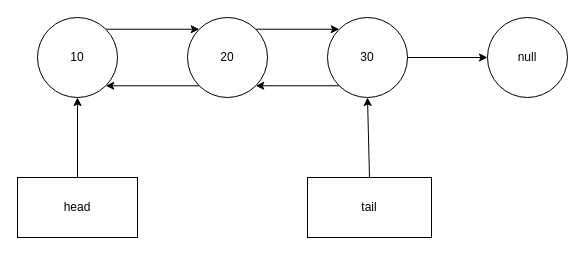
RHUK2/blog keeps this draw.io diagram as public/dataStructure/DoublyLinkedList.drawio. Above is the earlier version. Source tidied: cells renumbered, new cells numbered last; positions are measured from the earlier drawing's top-left corner, leaving out a move shared by most shapes. Both pictures are drawn from the tidied source at 100%, with x=0, y=0 at pixel (17, 17).
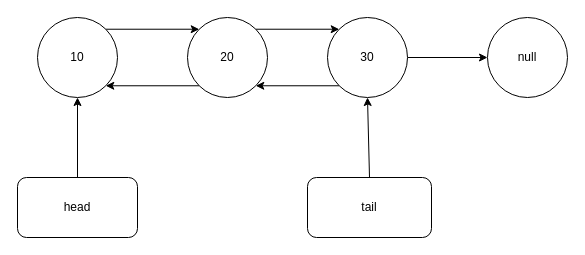
After the change.

What changed in the source:
```diff
@@
 <mxGraphModel>
   <root>
     <mxCell id="0" />
     <mxCell id="1" parent="0" />
     <mxCell id="2" style="edgeStyle=none;html=1;exitX=1;exitY=0;exitDx=0;exitDy=0;entryX=0;entryY=0;entryDx=0;entryDy=0;" parent="1" edge="1" source="3" target="6">
       <mxGeometry relative="1" as="geometry" />
     </mxCell>
     <mxCell id="3" value="10" style="ellipse;whiteSpace=wrap;html=1;" parent="1" vertex="1">
       <mxGeometry x="20" width="80" height="80" as="geometry" />
     </mxCell>
     <mxCell id="4" style="edgeStyle=none;html=1;exitX=0;exitY=1;exitDx=0;exitDy=0;entryX=1;entryY=1;entryDx=0;entryDy=0;" parent="1" edge="1" source="6" target="3">
       <mxGeometry relative="1" as="geometry" />
     </mxCell>
     <mxCell id="5" style="edgeStyle=none;html=1;exitX=1;exitY=0;exitDx=0;exitDy=0;entryX=0;entryY=0;entryDx=0;entryDy=0;" parent="1" edge="1" source="6" target="13">
       <mxGeometry relative="1" as="geometry" />
     </mxCell>
     <mxCell id="6" value="20" style="ellipse;whiteSpace=wrap;html=1;" parent="1" vertex="1">
       <mxGeometry x="170" width="80" height="80" as="geometry" />
     </mxCell>
     <mxCell id="7" style="edgeStyle=none;html=1;exitX=0.5;exitY=0;exitDx=0;exitDy=0;entryX=0.5;entryY=1;entryDx=0;entryDy=0;" parent="1" edge="1" source="8" target="3">
       <mxGeometry relative="1" as="geometry" />
     </mxCell>
-    <mxCell id="8" value="head" style="rounded=0;whiteSpace=wrap;html=1;" parent="1" vertex="1">
+    <mxCell id="8" value="head" style="rounded=1;whiteSpace=wrap;html=1;" parent="1" vertex="1">
       <mxGeometry y="160" width="120" height="60" as="geometry" />
     </mxCell>
     <mxCell id="9" style="edgeStyle=none;html=1;exitX=0.5;exitY=0;exitDx=0;exitDy=0;entryX=0.5;entryY=1;entryDx=0;entryDy=0;" parent="1" edge="1" source="10" target="13">
       <mxGeometry relative="1" as="geometry" />
     </mxCell>
-    <mxCell id="10" value="tail" style="rounded=0;whiteSpace=wrap;html=1;" parent="1" vertex="1">
+    <mxCell id="10" value="tail" style="rounded=1;whiteSpace=wrap;html=1;" parent="1" vertex="1">
       <mxGeometry x="290" y="160" width="124" height="60" as="geometry" />
     </mxCell>
     <mxCell id="11" style="edgeStyle=none;html=1;exitX=0;exitY=1;exitDx=0;exitDy=0;entryX=1;entryY=1;entryDx=0;entryDy=0;" parent="1" edge="1" source="13" target="6">
       <mxGeometry relative="1" as="geometry" />
     </mxCell>
     <mxCell id="12" style="edgeStyle=none;html=1;" parent="1" edge="1" source="13" target="14">
       <mxGeometry relative="1" as="geometry" />
     </mxCell>
     <mxCell id="13" value="30" style="ellipse;whiteSpace=wrap;html=1;" parent="1" vertex="1">
       <mxGeometry x="310" width="80" height="80" as="geometry" />
     </mxCell>
     <mxCell id="14" value="null" style="ellipse;whiteSpace=wrap;html=1;" parent="1" vertex="1">
       <mxGeometry x="470" width="80" height="80" as="geometry" />
     </mxCell>
   </root>
 </mxGraphModel>
```
